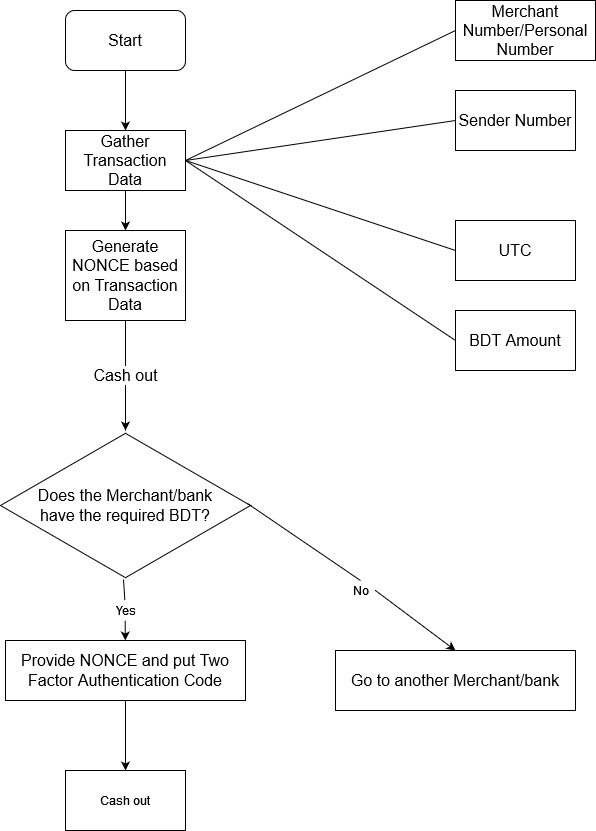
Above: Untitled Diagram.drawio.png in showrav-ansary/SnowBlock (draw.io), before the change. Source tidied: cells renumbered, new cells last; positions are measured from the earlier drawing's top-left corner, leaving out a move shared by most shapes.
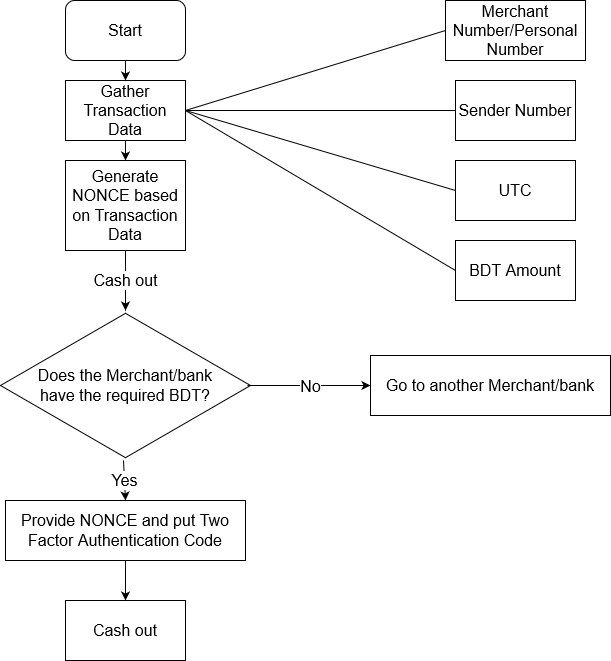
After the change.

Diff of the diagram source:
```diff
@@ -3,19 +3,19 @@
     <mxCell id="0" />
     <mxCell id="1" parent="0" />
     <mxCell id="2" value="&lt;font style=&quot;font-size: 16px&quot;&gt;Start&lt;/font&gt;" style="rounded=1;whiteSpace=wrap;html=1;" parent="1" vertex="1">
-      <mxGeometry x="65" y="10" width="120" height="60" as="geometry" />
+      <mxGeometry x="65" y="50" width="120" height="60" as="geometry" />
     </mxCell>
     <mxCell id="3" value="&lt;div style=&quot;font-size: 16px&quot;&gt;Generate NONCE based on Transaction Data&lt;br&gt;&lt;/div&gt;" style="rounded=0;whiteSpace=wrap;html=1;" parent="1" vertex="1">
-      <mxGeometry x="65" y="230" width="120" height="90" as="geometry" />
+      <mxGeometry x="65" y="210" width="120" height="90" as="geometry" />
     </mxCell>
     <mxCell id="4" value="&lt;font style=&quot;font-size: 16px&quot;&gt;Merchant Number/Personal Number&lt;/font&gt;" style="rounded=0;whiteSpace=wrap;html=1;" parent="1" vertex="1">
-      <mxGeometry x="455" width="140" height="60" as="geometry" />
+      <mxGeometry x="445" y="50" width="140" height="60" as="geometry" />
     </mxCell>
     <mxCell id="5" value="&lt;font style=&quot;font-size: 16px&quot;&gt;Sender Number&lt;/font&gt;" style="rounded=0;whiteSpace=wrap;html=1;" parent="1" vertex="1">
-      <mxGeometry x="455" y="90" width="120" height="60" as="geometry" />
+      <mxGeometry x="455" y="130" width="120" height="60" as="geometry" />
     </mxCell>
     <mxCell id="6" value="&lt;font style=&quot;font-size: 16px&quot;&gt;BDT Amount&lt;/font&gt;" style="rounded=0;whiteSpace=wrap;html=1;" parent="1" vertex="1">
-      <mxGeometry x="455" y="310" width="120" height="60" as="geometry" />
+      <mxGeometry x="455" y="290" width="120" height="60" as="geometry" />
     </mxCell>
     <mxCell id="7" value="&lt;font style=&quot;font-size: 16px&quot;&gt;Gather Transaction Data&lt;/font&gt;" style="rounded=0;whiteSpace=wrap;html=1;" parent="1" vertex="1">
       <mxGeometry x="65" y="130" width="120" height="60" as="geometry" />
@@ -36,38 +36,20 @@
       <mxGeometry relative="1" as="geometry" />
     </mxCell>
     <mxCell id="13" value="&lt;div style=&quot;font-size: 16px&quot;&gt;&lt;font style=&quot;font-size: 16px&quot;&gt;Does the Merchant/bank &lt;br&gt;&lt;/font&gt;&lt;/div&gt;&lt;div style=&quot;font-size: 16px&quot;&gt;&lt;font style=&quot;font-size: 16px&quot;&gt;have the required BDT?&lt;/font&gt;&lt;/div&gt;" style="html=1;whiteSpace=wrap;shape=isoRectangle;" parent="1" vertex="1">
-      <mxGeometry y="430" width="250" height="150" as="geometry" />
+      <mxGeometry y="360" width="250" height="150" as="geometry" />
     </mxCell>
     <mxCell id="14" value="&lt;font style=&quot;font-size: 16px&quot;&gt;Go to another Merchant/bank&lt;/font&gt;" style="rounded=0;whiteSpace=wrap;html=1;" parent="1" vertex="1">
-      <mxGeometry x="335" y="650" width="240" height="60" as="geometry" />
+      <mxGeometry x="370" y="405" width="240" height="60" as="geometry" />
     </mxCell>
     <mxCell id="15" value="&lt;font style=&quot;font-size: 16px&quot;&gt;Provide NONCE and put Two Factor Authentication Code&lt;/font&gt;" style="rounded=0;whiteSpace=wrap;html=1;" parent="1" vertex="1">
-      <mxGeometry x="5" y="640" width="240" height="60" as="geometry" />
+      <mxGeometry x="5" y="550" width="240" height="60" as="geometry" />
     </mxCell>
-    <mxCell id="16" style="endArrow=classic;html=1;rounded=0;exitX=0.492;exitY=0.993;exitDx=0;exitDy=0;exitPerimeter=0;startArrow=none;" parent="1" edge="1" source="22" target="15">
-      <mxGeometry relative="1" as="geometry" />
-    </mxCell>
-    <mxCell id="17" style="endArrow=classic;html=1;rounded=0;exitX=0.988;exitY=0.487;exitDx=0;exitDy=0;exitPerimeter=0;entryX=0.5;entryY=0;entryDx=0;entryDy=0;startArrow=none;" parent="1" edge="1" source="20" target="14">
-      <mxGeometry relative="1" as="geometry" />
-    </mxCell>
     <mxCell id="18" value="&lt;font style=&quot;font-size: 16px&quot;&gt;UTC&lt;/font&gt;" style="rounded=0;whiteSpace=wrap;html=1;" parent="1" vertex="1">
-      <mxGeometry x="455" y="220" width="120" height="60" as="geometry" />
+      <mxGeometry x="455" y="210" width="120" height="60" as="geometry" />
     </mxCell>
-    <mxCell id="19" value="Cash out" style="rounded=0;whiteSpace=wrap;html=1;" parent="1" vertex="1">
-      <mxGeometry x="65" y="770" width="120" height="60" as="geometry" />
+    <mxCell id="19" value="&lt;font style=&quot;font-size: 16px&quot;&gt;Cash out&lt;/font&gt;" style="rounded=0;whiteSpace=wrap;html=1;" parent="1" vertex="1">
+      <mxGeometry x="65" y="650" width="120" height="60" as="geometry" />
     </mxCell>
-    <mxCell id="20" value="No" style="text;html=1;align=center;verticalAlign=middle;points=[];strokeColor=none;fillColor=none;" parent="1" vertex="1">
-      <mxGeometry x="345" y="580" width="30" height="20" as="geometry" />
-    </mxCell>
-    <mxCell id="21" style="endArrow=none;html=1;rounded=0;exitX=0.988;exitY=0.487;exitDx=0;exitDy=0;exitPerimeter=0;entryX=0.5;entryY=0;entryDx=0;entryDy=0;" parent="1" edge="1" source="13" target="20">
-      <mxGeometry relative="1" as="geometry" />
-    </mxCell>
-    <mxCell id="22" value="Yes" style="text;html=1;align=center;verticalAlign=middle;points=[];strokeColor=none;fillColor=none;" parent="1" vertex="1">
-      <mxGeometry x="105" y="600" width="40" height="20" as="geometry" />
-    </mxCell>
-    <mxCell id="23" style="endArrow=none;html=1;rounded=0;exitX=0.492;exitY=0.993;exitDx=0;exitDy=0;exitPerimeter=0;" parent="1" edge="1" source="13" target="22">
-      <mxGeometry relative="1" as="geometry" />
-    </mxCell>
     <mxCell id="24" style="endArrow=none;html=1;rounded=0;exitX=1;exitY=0.5;exitDx=0;exitDy=0;entryX=0;entryY=0.5;entryDx=0;entryDy=0;" parent="1" edge="1" source="7" target="18">
       <mxGeometry relative="1" as="geometry" />
     </mxCell>
@@ -77,5 +59,17 @@
     <mxCell id="26" value="&lt;font style=&quot;font-size: 16px&quot;&gt;Cash out&lt;/font&gt;" style="endArrow=classic;html=1;rounded=0;exitX=0.5;exitY=1;exitDx=0;exitDy=0;entryX=0.5;entryY=0;entryDx=0;entryDy=0;entryPerimeter=0;" parent="1" edge="1" source="3" target="13">
       <mxGeometry relative="1" as="geometry" />
     </mxCell>
+    <mxCell id="27" style="endArrow=classic;html=1;rounded=0;fontSize=16;exitX=0.988;exitY=0.5;exitDx=0;exitDy=0;exitPerimeter=0;entryX=0;entryY=0.5;entryDx=0;entryDy=0;" parent="1" edge="1" source="13" target="14">
+      <mxGeometry relative="1" as="geometry" />
+    </mxCell>
+    <mxCell id="20" value="No" style="edgeLabel;html=1;align=center;verticalAlign=middle;fontSize=16;" parent="27" vertex="1">
+      <mxGeometry relative="1" as="geometry" />
+    </mxCell>
+    <mxCell id="28" style="endArrow=classic;html=1;rounded=0;fontSize=16;exitX=0.492;exitY=1;exitDx=0;exitDy=0;exitPerimeter=0;entryX=0.5;entryY=0;entryDx=0;entryDy=0;" parent="1" edge="1" source="13" target="15">
+      <mxGeometry relative="1" as="geometry" />
+    </mxCell>
+    <mxCell id="22" value="Yes" style="edgeLabel;html=1;align=center;verticalAlign=middle;fontSize=16;" parent="28" vertex="1">
+      <mxGeometry relative="1" as="geometry" />
+    </mxCell>
   </root>
 </mxGraphModel>
```
